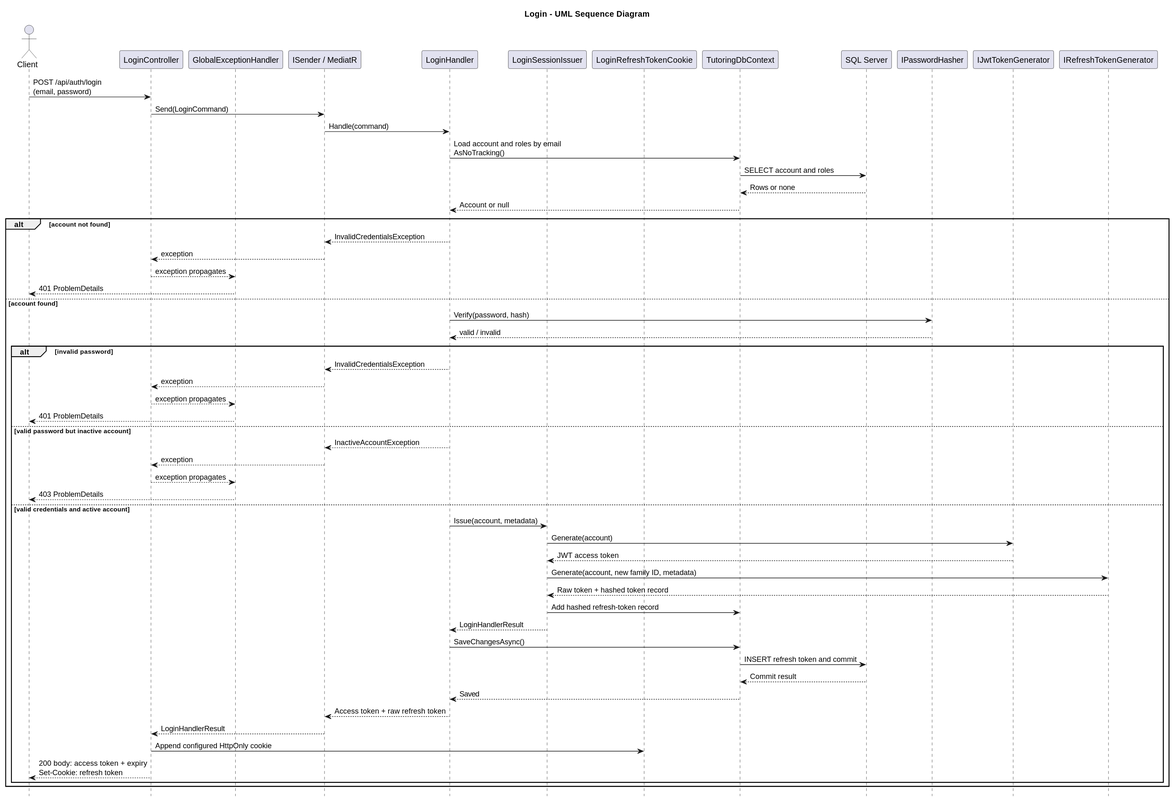
Before: docs/technical_docs/backend_docs/user_stories/us_002/diagrams/login.svg, a diagram exported from PlantUML (JStec0312/Tutoring-CRM-System).
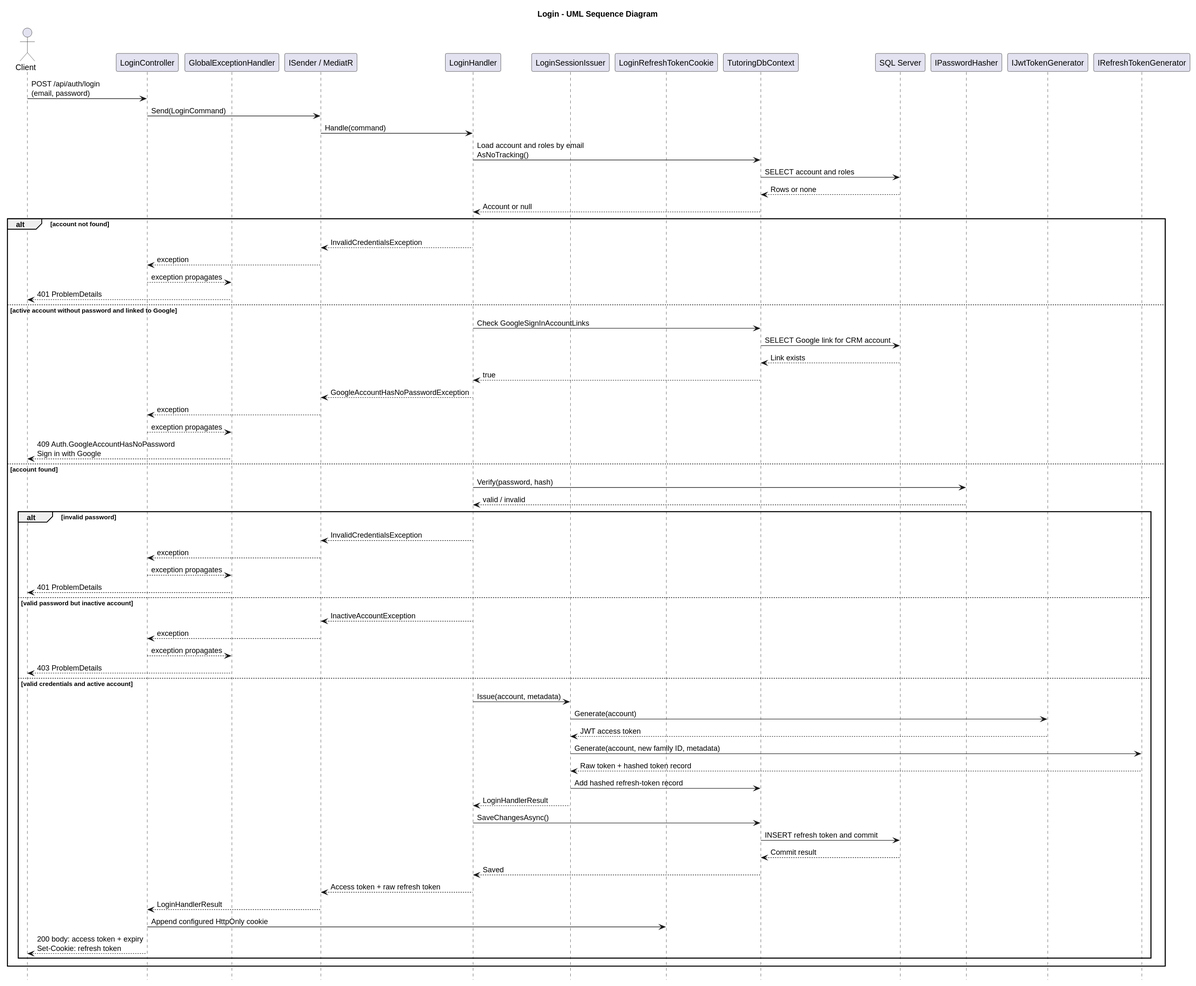
Later version of the same file.

Commit message:
RE #167 Show Google sign-in for passwordless accounts

What changed in the source:
```diff
@@ -30,6 +30,15 @@
     MediatR --> LoginController : exception
     LoginController --> GlobalExceptionHandler : exception propagates
     GlobalExceptionHandler --> Client : 401 ProblemDetails
+else active account without password and linked to Google
+    LoginHandler -> TutoringDbContext : Check GoogleSignInAccountLinks
+    TutoringDbContext -> Database : SELECT Google link for CRM account
+    Database --> TutoringDbContext : Link exists
+    TutoringDbContext --> LoginHandler : true
+    LoginHandler --> MediatR : GoogleAccountHasNoPasswordException
+    MediatR --> LoginController : exception
+    LoginController --> GlobalExceptionHandler : exception propagates
+    GlobalExceptionHandler --> Client : 409 Auth.GoogleAccountHasNoPassword\nSign in with Google
 else account found
     LoginHandler -> PasswordHasher : Verify(password, hash)
     PasswordHasher --> LoginHandler : valid / invalid
```
